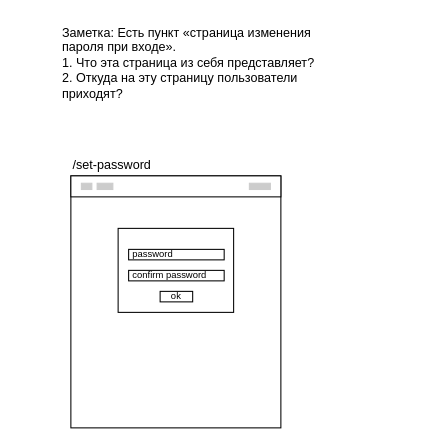
Earlier version of the draw.io diagram page "Set password?" (5 of 6) of auth.drawio (ajile/draw-io). Source tidied: cells renumbered, new cells numbered last; positions are measured from the earlier drawing's top-left corner, leaving out a move shared by most shapes. Both pictures are drawn from the tidied source at 105%, with x=0, y=0 at pixel (60, 18).
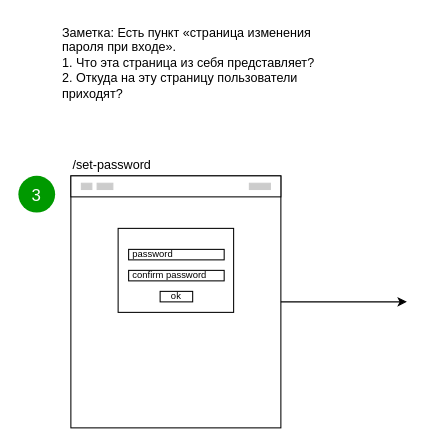
The same page after the edit.

Diff of the diagram source:
```diff
@@
 <mxGraphModel>
   <root>
     <mxCell id="0" />
     <mxCell id="1" parent="0" />
     <mxCell id="2" style="group;" parent="1" vertex="1">
       <mxGeometry x="10" y="130" width="200" height="260" as="geometry" />
     </mxCell>
     <mxCell id="3" style="group;" parent="2" vertex="1">
       <mxGeometry width="200" height="260" as="geometry" />
     </mxCell>
     <mxCell id="4" style="group;" parent="3" vertex="1">
       <mxGeometry y="20" width="200" height="240" as="geometry" />
     </mxCell>
     <mxCell id="5" style="rounded=0;whiteSpace=wrap;html=1;" parent="4" vertex="1">
       <mxGeometry width="200" height="240" as="geometry" />
     </mxCell>
     <mxCell id="6" style="rounded=0;whiteSpace=wrap;html=1;" parent="4" vertex="1">
       <mxGeometry width="200" height="20" as="geometry" />
     </mxCell>
     <mxCell id="7" style="rounded=0;whiteSpace=wrap;html=1;fillColor=#CCCCCC;strokeColor=#CCCCCC;" parent="4" vertex="1">
       <mxGeometry x="10" y="7" width="10" height="6" as="geometry" />
     </mxCell>
     <mxCell id="8" style="rounded=0;whiteSpace=wrap;html=1;fillColor=#CCCCCC;strokeColor=#CCCCCC;" parent="4" vertex="1">
       <mxGeometry x="170" y="7" width="20" height="6" as="geometry" />
     </mxCell>
     <mxCell id="9" style="rounded=0;whiteSpace=wrap;html=1;fillColor=#CCCCCC;strokeColor=#CCCCCC;" parent="4" vertex="1">
       <mxGeometry x="25" y="7" width="15" height="6" as="geometry" />
     </mxCell>
     <mxCell id="10" style="rounded=0;whiteSpace=wrap;html=1;" parent="4" vertex="1">
       <mxGeometry x="45" y="50" width="110" height="80" as="geometry" />
     </mxCell>
     <mxCell id="11" value="/set-password" style="text;html=1;strokeColor=none;fillColor=none;align=left;verticalAlign=middle;whiteSpace=wrap;rounded=0;fontSize=12;" parent="3" vertex="1">
       <mxGeometry width="200" height="20" as="geometry" />
     </mxCell>
     <mxCell id="12" value="password" style="rounded=0;whiteSpace=wrap;html=1;fontSize=9;align=left;spacingLeft=2;" parent="3" vertex="1">
       <mxGeometry x="55" y="90" width="91" height="10" as="geometry" />
     </mxCell>
     <mxCell id="13" value="confirm password" style="rounded=0;whiteSpace=wrap;html=1;fontSize=9;align=left;spacingLeft=2;" parent="3" vertex="1">
       <mxGeometry x="55" y="110" width="91" height="10" as="geometry" />
     </mxCell>
     <mxCell id="14" value="ok" style="rounded=0;whiteSpace=wrap;html=1;fontSize=9;spacing=0;" parent="3" vertex="1">
       <mxGeometry x="85" y="130" width="31" height="10" as="geometry" />
     </mxCell>
     <mxCell id="15" value="Заметка: Есть пункт «страница изменения пароля при входе».&lt;br&gt;1. Что эта страница из себя представляет?&lt;br&gt;2. Откуда на эту страницу пользователи приходят?" style="text;html=1;strokeColor=none;fillColor=none;align=left;verticalAlign=top;whiteSpace=wrap;rounded=0;" parent="1" vertex="1">
       <mxGeometry width="250" height="90" as="geometry" />
     </mxCell>
+    <mxCell id="16" style="edgeStyle=elbowEdgeStyle;rounded=0;jettySize=auto;elbow=vertical;html=1;fontSize=8;fontColor=#666666;" parent="1" edge="1" source="5">
+      <mxGeometry relative="1" as="geometry">
+        <mxPoint x="330" y="270" as="targetPoint" />
+      </mxGeometry>
+    </mxCell>
+    <mxCell id="17" value="3" style="ellipse;whiteSpace=wrap;html=1;fontSize=16;fontColor=#FFFFFF;fillColor=#009900;strokeColor=none;" parent="1" vertex="1">
+      <mxGeometry x="-40" y="150" width="35" height="35" as="geometry" />
+    </mxCell>
   </root>
 </mxGraphModel>
```
